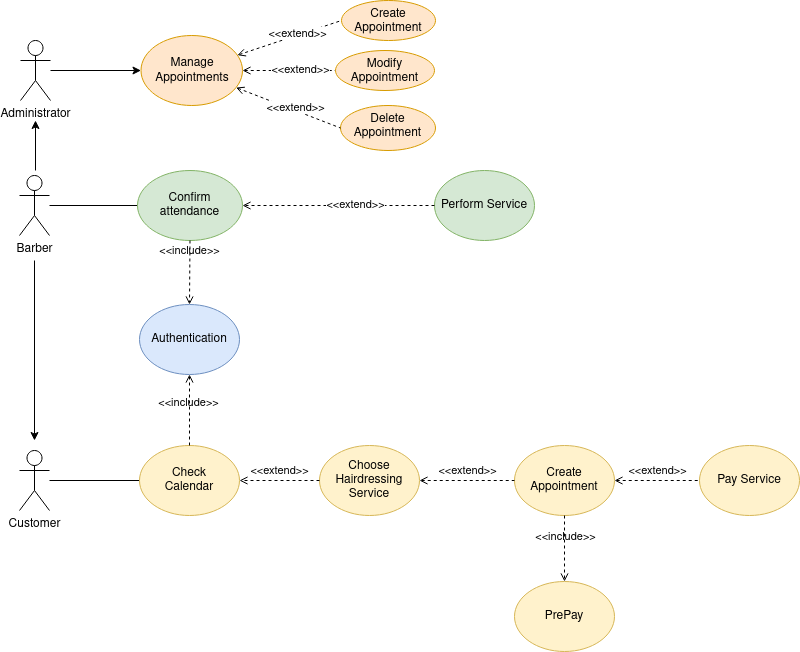
Before: doc/Casos de uso/EN-CasosUso.drawio.png, a diagram exported from draw.io (colidom/proyecto-ets). Source tidied: cells renumbered, new cells last; positions are measured from the earlier drawing's top-left corner, leaving out a move shared by most shapes.
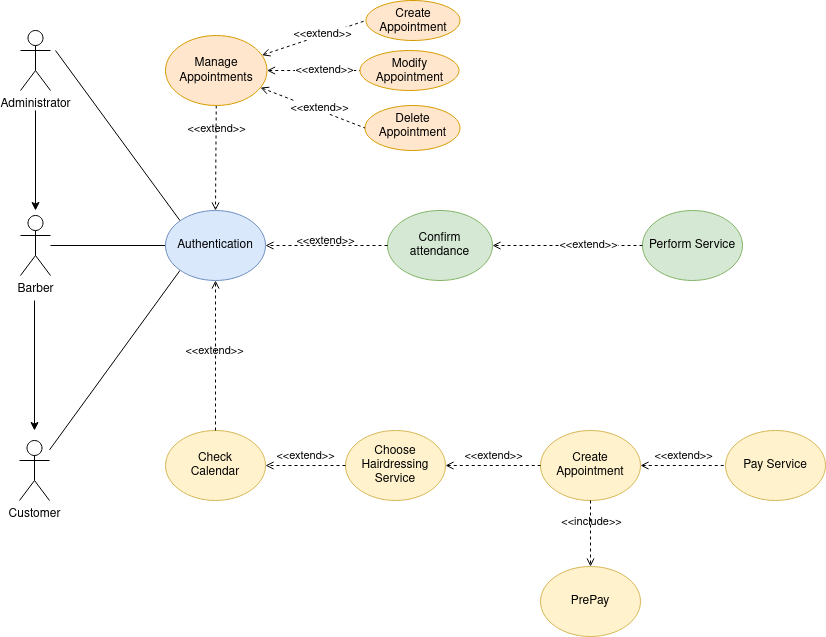
The same file after the commit.

Commit message:
Corregido diagrama EN-CasosUso.drawio.png para issue 12

The edit, as a diff of the source:
```diff
@@ -2,28 +2,51 @@
   <root>
     <mxCell id="0" />
     <mxCell id="1" parent="0" />
-    <mxCell id="2" style="rounded=0;jettySize=auto;html=1;endArrow=none;endFill=0;entryX=0;entryY=0.5;entryDx=0;entryDy=0;" parent="1" edge="1" source="3" target="5">
+    <mxCell id="2" style="rounded=0;jettySize=auto;html=1;endArrow=none;endFill=0;entryX=0;entryY=1;entryDx=0;entryDy=0;" parent="1" edge="1" source="3" target="4">
       <mxGeometry relative="1" as="geometry" />
     </mxCell>
     <mxCell id="3" value="Customer" style="shape=umlActor;verticalLabelPosition=bottom;verticalAlign=top;html=1;outlineConnect=0;" parent="1" vertex="1">
       <mxGeometry y="450" width="30" height="60" as="geometry" />
     </mxCell>
+    <mxCell id="16" style="rounded=0;orthogonalLoop=1;jettySize=auto;html=1;" parent="1" edge="1">
+      <mxGeometry relative="1" as="geometry">
+        <mxPoint x="15" y="310" as="sourcePoint" />
+        <mxPoint x="15" y="440" as="targetPoint" />
+      </mxGeometry>
+    </mxCell>
+    <mxCell id="18" style="rounded=0;jettySize=auto;html=1;endArrow=none;endFill=0;entryX=0;entryY=0.5;entryDx=0;entryDy=0;" parent="1" edge="1" source="17" target="4">
+      <mxGeometry relative="1" as="geometry" />
+    </mxCell>
+    <mxCell id="23" style="rounded=0;jettySize=auto;html=1;endArrow=none;endFill=0;entryX=0;entryY=0;entryDx=0;entryDy=0;" parent="1" edge="1" target="4">
+      <mxGeometry relative="1" as="geometry">
+        <mxPoint x="36" y="60" as="sourcePoint" />
+      </mxGeometry>
+    </mxCell>
+    <mxCell id="24" value="Administrator" style="shape=umlActor;verticalLabelPosition=bottom;verticalAlign=top;html=1;outlineConnect=0;" parent="1" vertex="1">
+      <mxGeometry x="1" y="40" width="30" height="60" as="geometry" />
+    </mxCell>
+    <mxCell id="35" style="edgeStyle=orthogonalEdgeStyle;rounded=0;orthogonalLoop=1;jettySize=auto;html=1;endArrow=classic;endFill=1;startArrow=none;startFill=0;" parent="1" edge="1">
+      <mxGeometry relative="1" as="geometry">
+        <mxPoint x="16" y="120" as="sourcePoint" />
+        <mxPoint x="16" y="220" as="targetPoint" />
+      </mxGeometry>
+    </mxCell>
     <mxCell id="4" value="Authentication" style="ellipse;whiteSpace=wrap;html=1;fillColor=#dae8fc;strokeColor=#6c8ebf;" parent="1" vertex="1">
-      <mxGeometry x="120" y="304" width="100" height="70" as="geometry" />
+      <mxGeometry x="146" y="220" width="100" height="70" as="geometry" />
     </mxCell>
     <mxCell id="5" value="&lt;div&gt;Check &lt;br&gt;&lt;/div&gt;&lt;div&gt;Calendar&lt;br&gt;&lt;/div&gt;" style="ellipse;whiteSpace=wrap;html=1;fillColor=#fff2cc;strokeColor=#d6b656;" parent="1" vertex="1">
-      <mxGeometry x="120" y="445" width="100" height="70" as="geometry" />
+      <mxGeometry x="146" y="440" width="100" height="70" as="geometry" />
     </mxCell>
     <mxCell id="6" value="Choose Hairdressing Service" style="ellipse;whiteSpace=wrap;html=1;fillColor=#fff2cc;strokeColor=#d6b656;" parent="1" vertex="1">
-      <mxGeometry x="300" y="445" width="100" height="70" as="geometry" />
+      <mxGeometry x="326" y="440" width="100" height="70" as="geometry" />
     </mxCell>
     <mxCell id="7" value="Create Appointment" style="ellipse;whiteSpace=wrap;html=1;fillColor=#fff2cc;strokeColor=#d6b656;" parent="1" vertex="1">
-      <mxGeometry x="495" y="445" width="100" height="70" as="geometry" />
+      <mxGeometry x="521" y="440" width="100" height="70" as="geometry" />
     </mxCell>
     <mxCell id="8" value="PrePay" style="ellipse;whiteSpace=wrap;html=1;fillColor=#fff2cc;strokeColor=#d6b656;" parent="1" vertex="1">
-      <mxGeometry x="495" y="581" width="100" height="70" as="geometry" />
+      <mxGeometry x="521" y="576" width="100" height="70" as="geometry" />
     </mxCell>
-    <mxCell id="9" value="&amp;lt;&amp;lt;include&amp;gt;&amp;gt;" style="html=1;verticalAlign=bottom;labelBackgroundColor=none;endArrow=open;endFill=0;dashed=1;rounded=0;entryX=0.5;entryY=1;entryDx=0;entryDy=0;exitX=0.5;exitY=0;exitDx=0;exitDy=0;" parent="1" edge="1" source="5" target="4">
+    <mxCell id="9" value="&amp;lt;&amp;lt;extend&amp;gt;&amp;gt;" style="html=1;verticalAlign=bottom;labelBackgroundColor=none;endArrow=open;endFill=0;dashed=1;rounded=0;entryX=0.5;entryY=1;entryDx=0;entryDy=0;exitX=0.5;exitY=0;exitDx=0;exitDy=0;" parent="1" edge="1" source="5" target="4">
       <mxGeometry x="-0.07" y="1" relative="1" as="geometry" />
     </mxCell>
     <mxCell id="10" value="&amp;lt;&amp;lt;extend&amp;gt;&amp;gt;" style="html=1;verticalAlign=bottom;labelBackgroundColor=none;endArrow=open;endFill=0;dashed=1;rounded=0;exitX=0;exitY=0.5;exitDx=0;exitDy=0;entryX=1;entryY=0.5;entryDx=0;entryDy=0;" parent="1" edge="1" source="6" target="5">
@@ -36,83 +59,68 @@
       <mxGeometry x="-0.06" y="1" relative="1" as="geometry" />
     </mxCell>
     <mxCell id="13" value="Perform Service" style="ellipse;whiteSpace=wrap;html=1;fillColor=#d5e8d4;strokeColor=#82b366;" parent="1" vertex="1">
-      <mxGeometry x="415" y="170" width="100" height="70" as="geometry" />
+      <mxGeometry x="623" y="220" width="100" height="70" as="geometry" />
     </mxCell>
     <mxCell id="14" value="&amp;lt;&amp;lt;extend&amp;gt;&amp;gt;" style="html=1;verticalAlign=bottom;labelBackgroundColor=none;endArrow=none;endFill=0;dashed=1;rounded=0;startArrow=open;startFill=0;exitX=1;exitY=0.5;exitDx=0;exitDy=0;entryX=0;entryY=0.5;entryDx=0;entryDy=0;" parent="1" edge="1" source="7" target="15">
       <mxGeometry relative="1" as="geometry" />
     </mxCell>
     <mxCell id="15" value="Pay Service" style="ellipse;whiteSpace=wrap;html=1;fillColor=#fff2cc;strokeColor=#d6b656;" parent="1" vertex="1">
-      <mxGeometry x="680" y="445" width="100" height="70" as="geometry" />
+      <mxGeometry x="706" y="440" width="100" height="70" as="geometry" />
     </mxCell>
-    <mxCell id="16" style="edgeStyle=orthogonalEdgeStyle;rounded=0;orthogonalLoop=1;jettySize=auto;html=1;" parent="1" edge="1">
-      <mxGeometry relative="1" as="geometry">
-        <mxPoint x="15" y="260" as="sourcePoint" />
-        <mxPoint x="15" y="440" as="targetPoint" />
-      </mxGeometry>
-    </mxCell>
-    <mxCell id="17" value="Barber" style="shape=umlActor;verticalLabelPosition=bottom;verticalAlign=top;html=1;outlineConnect=0;" parent="1" vertex="1">
-      <mxGeometry y="175" width="30" height="60" as="geometry" />
-    </mxCell>
-    <mxCell id="18" style="rounded=0;jettySize=auto;html=1;endArrow=none;endFill=0;entryX=0;entryY=0.5;entryDx=0;entryDy=0;" parent="1" edge="1" source="17" target="21">
-      <mxGeometry relative="1" as="geometry" />
-    </mxCell>
     <mxCell id="19" style="edgeStyle=orthogonalEdgeStyle;rounded=0;jettySize=auto;html=1;dashed=1;endArrow=open;endFill=0;entryX=1;entryY=0.5;entryDx=0;entryDy=0;" parent="1" edge="1" source="13" target="21">
       <mxGeometry relative="1" as="geometry" />
     </mxCell>
-    <mxCell id="20" value="&amp;lt;&amp;lt;extend&amp;gt;&amp;gt;" style="edgeLabel;html=1;align=center;verticalAlign=middle;" parent="19" vertex="1">
-      <mxGeometry x="0.19" y="3" relative="1" as="geometry">
-        <mxPoint x="34" y="-5" as="offset" />
-      </mxGeometry>
-    </mxCell>
+    <mxCell id="36" value="&amp;lt;&amp;lt;extend&amp;gt;&amp;gt;" style="edgeLabel;html=1;align=center;verticalAlign=middle;" parent="19" vertex="1">
+      <mxGeometry x="0.19" y="3" relative="1" as="geometry">
+        <mxPoint x="34" y="-5" as="offset" />
+      </mxGeometry>
+    </mxCell>
     <mxCell id="21" value="Confirm attendance" style="ellipse;whiteSpace=wrap;html=1;fillColor=#d5e8d4;strokeColor=#82b366;" parent="1" vertex="1">
-      <mxGeometry x="118" y="170" width="105" height="70" as="geometry" />
+      <mxGeometry x="368" y="220" width="105" height="70" as="geometry" />
     </mxCell>
-    <mxCell id="22" value="&amp;lt;&amp;lt;include&amp;gt;&amp;gt;" style="html=1;verticalAlign=bottom;labelBackgroundColor=none;endArrow=open;endFill=0;dashed=1;rounded=0;exitX=0.5;exitY=1;exitDx=0;exitDy=0;entryX=0.5;entryY=0;entryDx=0;entryDy=0;" parent="1" edge="1" source="21" target="4">
-      <mxGeometry x="-0.37" relative="1" as="geometry" />
-    </mxCell>
-    <mxCell id="23" style="edgeStyle=orthogonalEdgeStyle;rounded=0;jettySize=auto;html=1;" parent="1" edge="1" source="24" target="27">
-      <mxGeometry relative="1" as="geometry" />
-    </mxCell>
-    <mxCell id="24" value="Administrator" style="shape=umlActor;verticalLabelPosition=bottom;verticalAlign=top;html=1;outlineConnect=0;" parent="1" vertex="1">
-      <mxGeometry x="1" y="40" width="30" height="60" as="geometry" />
-    </mxCell>
+    <mxCell id="37" value="&amp;lt;&amp;lt;extend&amp;gt;&amp;gt;" style="html=1;verticalAlign=bottom;labelBackgroundColor=none;endArrow=open;endFill=0;dashed=1;rounded=0;exitX=0.5;exitY=1;exitDx=0;exitDy=0;entryX=0.5;entryY=0;entryDx=0;entryDy=0;" parent="1" edge="1" source="27" target="4">
+      <mxGeometry x="-0.37" relative="1" as="geometry" />
+    </mxCell>
     <mxCell id="25" style="rounded=0;jettySize=auto;html=1;dashed=1;endArrow=none;endFill=0;startArrow=open;startFill=0;entryX=0;entryY=0.5;entryDx=0;entryDy=0;" parent="1" edge="1" source="27" target="29">
       <mxGeometry relative="1" as="geometry" />
     </mxCell>
-    <mxCell id="26" value="&amp;lt;&amp;lt;extend&amp;gt;&amp;gt;" style="edgeLabel;html=1;align=center;verticalAlign=middle;" parent="25" vertex="1">
-      <mxGeometry x="0.23" y="2" relative="1" as="geometry" />
-    </mxCell>
+    <mxCell id="38" value="&amp;lt;&amp;lt;extend&amp;gt;&amp;gt;" style="edgeLabel;html=1;align=center;verticalAlign=middle;" parent="25" vertex="1">
+      <mxGeometry x="0.23" y="2" relative="1" as="geometry" />
+    </mxCell>
     <mxCell id="27" value="&lt;div&gt;&lt;br&gt;&lt;/div&gt;&lt;div&gt;Manage&lt;/div&gt;Appointments" style="ellipse;whiteSpace=wrap;html=1;verticalAlign=top;fillColor=#ffe6cc;strokeColor=#d79b00;" parent="1" vertex="1">
-      <mxGeometry x="121.5" y="35" width="101.5" height="70" as="geometry" />
+      <mxGeometry x="146" y="45" width="101.5" height="70" as="geometry" />
     </mxCell>
     <mxCell id="28" value="Create Appointment" style="ellipse;whiteSpace=wrap;html=1;verticalAlign=top;fillColor=#ffe6cc;strokeColor=#d79b00;" parent="1" vertex="1">
-      <mxGeometry x="322" width="94" height="40" as="geometry" />
+      <mxGeometry x="346.5" y="10" width="94" height="40" as="geometry" />
     </mxCell>
     <mxCell id="29" value="Modify Appointment" style="ellipse;whiteSpace=wrap;html=1;verticalAlign=top;fillColor=#ffe6cc;strokeColor=#d79b00;" parent="1" vertex="1">
-      <mxGeometry x="316" y="50" width="99" height="40" as="geometry" />
+      <mxGeometry x="340.5" y="60" width="99" height="40" as="geometry" />
     </mxCell>
     <mxCell id="30" value="Delete Appointment" style="ellipse;whiteSpace=wrap;html=1;verticalAlign=top;fillColor=#ffe6cc;strokeColor=#d79b00;" parent="1" vertex="1">
-      <mxGeometry x="321" y="105" width="95" height="45" as="geometry" />
+      <mxGeometry x="345.5" y="115" width="95" height="45" as="geometry" />
     </mxCell>
     <mxCell id="31" style="rounded=0;jettySize=auto;html=1;dashed=1;endArrow=none;endFill=0;startArrow=open;startFill=0;entryX=0;entryY=0.5;entryDx=0;entryDy=0;" parent="1" edge="1" source="27" target="28">
       <mxGeometry relative="1" as="geometry" />
     </mxCell>
-    <mxCell id="32" value="&amp;lt;&amp;lt;extend&amp;gt;&amp;gt;" style="edgeLabel;html=1;align=center;verticalAlign=middle;" parent="31" vertex="1">
-      <mxGeometry x="0.17" y="2" relative="1" as="geometry" />
-    </mxCell>
+    <mxCell id="39" value="&amp;lt;&amp;lt;extend&amp;gt;&amp;gt;" style="edgeLabel;html=1;align=center;verticalAlign=middle;" parent="31" vertex="1">
+      <mxGeometry x="0.17" y="2" relative="1" as="geometry" />
+    </mxCell>
     <mxCell id="33" style="rounded=0;jettySize=auto;html=1;dashed=1;endArrow=none;endFill=0;startArrow=open;startFill=0;entryX=0;entryY=0.5;entryDx=0;entryDy=0;" parent="1" edge="1" source="27" target="30">
       <mxGeometry relative="1" as="geometry" />
     </mxCell>
-    <mxCell id="34" value="&amp;lt;&amp;lt;extend&amp;gt;&amp;gt;" style="edgeLabel;html=1;align=center;verticalAlign=middle;" parent="33" vertex="1">
-      <mxGeometry x="0.38" y="-1" relative="1" as="geometry">
-        <mxPoint x="-13" y="-9" as="offset" />
-      </mxGeometry>
-    </mxCell>
-    <mxCell id="35" style="edgeStyle=orthogonalEdgeStyle;rounded=0;orthogonalLoop=1;jettySize=auto;html=1;endArrow=none;endFill=0;startArrow=classic;startFill=1;" parent="1" edge="1">
-      <mxGeometry relative="1" as="geometry">
-        <mxPoint x="16" y="120" as="sourcePoint" />
-        <mxPoint x="16" y="170" as="targetPoint" />
-      </mxGeometry>
-    </mxCell>
+    <mxCell id="40" value="&amp;lt;&amp;lt;extend&amp;gt;&amp;gt;" style="edgeLabel;html=1;align=center;verticalAlign=middle;" parent="33" vertex="1">
+      <mxGeometry x="0.38" y="-1" relative="1" as="geometry">
+        <mxPoint x="-13" y="-9" as="offset" />
+      </mxGeometry>
+    </mxCell>
+    <mxCell id="41" value="&amp;lt;&amp;lt;extend&amp;gt;&amp;gt;" style="html=1;verticalAlign=bottom;labelBackgroundColor=none;endArrow=open;endFill=0;dashed=1;rounded=0;exitX=0;exitY=0.5;exitDx=0;exitDy=0;entryX=1;entryY=0.5;entryDx=0;entryDy=0;" parent="1" edge="1">
+      <mxGeometry x="0.02" y="5" relative="1" as="geometry">
+        <mxPoint x="368" y="255" as="sourcePoint" />
+        <mxPoint x="246" y="255" as="targetPoint" />
+      </mxGeometry>
+    </mxCell>
+    <mxCell id="17" value="Barber" style="shape=umlActor;verticalLabelPosition=bottom;verticalAlign=top;html=1;outlineConnect=0;" parent="1" vertex="1">
+      <mxGeometry x="1" y="225" width="30" height="60" as="geometry" />
+    </mxCell>
   </root>
 </mxGraphModel>
```
